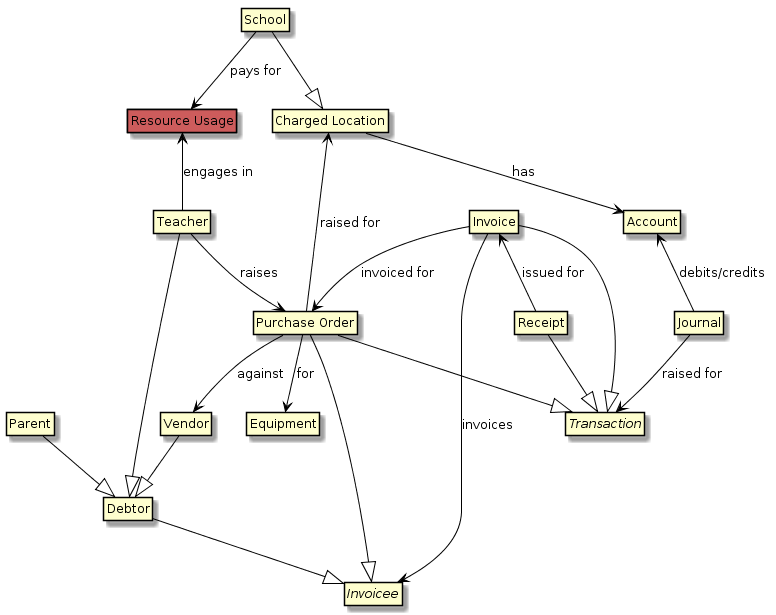
This is 99_Resources/images/Conceptual_finance_resources.png from nsip/specgen_input_au, a PlantUML export, as it was before one commit.
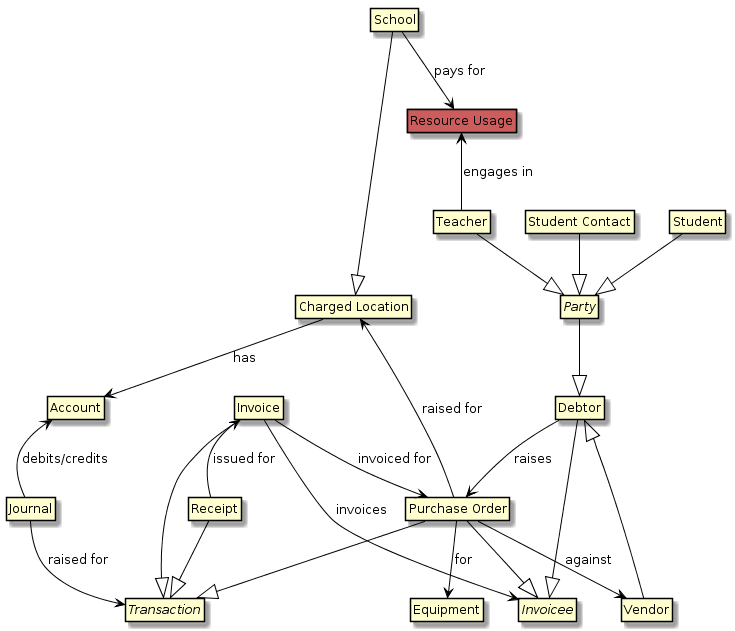
After the change.

The edit, as a diff of the source:
```diff
@@ -7,12 +7,16 @@
 }
 
 class "Resource Usage" #IndianRed
+abstract class Party
 abstract class Invoicee
 abstract class Transaction
 
 
-Parent --|> Debtor
-Teacher --|> Debtor
+"Student Contact" --|> Party
+Student --|> Party
+Teacher --|> Party
+
+Party --|> Debtor
 Vendor --|> Debtor
 Debtor --|> Invoicee
 "Purchase Order" --|> Invoicee
@@ -22,7 +26,7 @@
 Receipt --|> Transaction
 
 "Resource Usage" <-- Teacher  : engages in
-Teacher --> "Purchase Order" : raises
+Debtor --> "Purchase Order" : raises
 "Purchase Order" --> Vendor : against
 "Purchase Order" --> Equipment : for
 School --> "Resource Usage" : pays for
```
